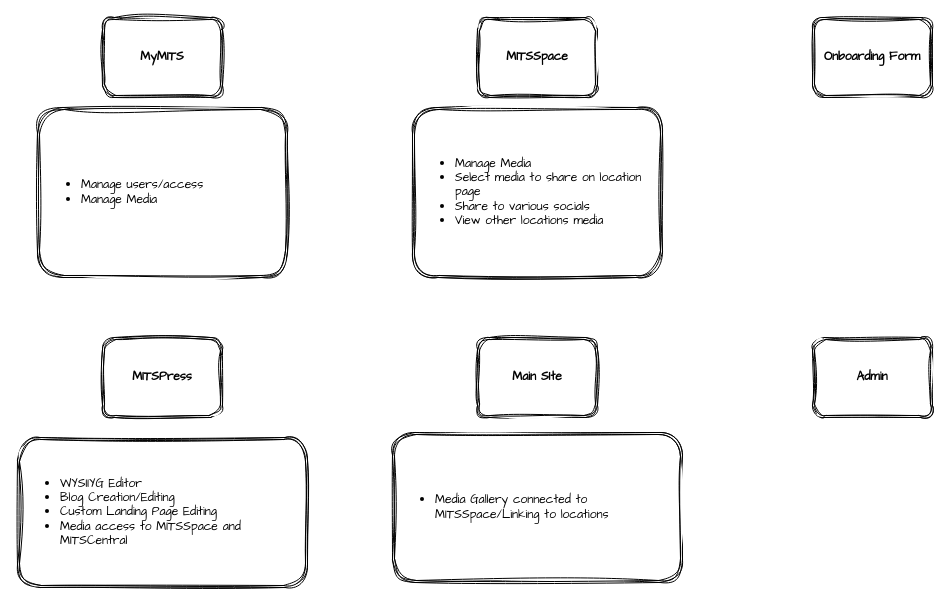
This is page "Service Overview" (3 of 5) of MTIS Infrastructure V1.drawio from kevin-mits/mits-plans, a draw.io file, before an edit. Source tidied: cells renumbered, new cells numbered last; positions are measured from the earlier drawing's top-left corner, leaving out a move shared by most shapes. Both pictures are drawn from the tidied source at 100%, with x=0, y=0 at pixel (17, 17).
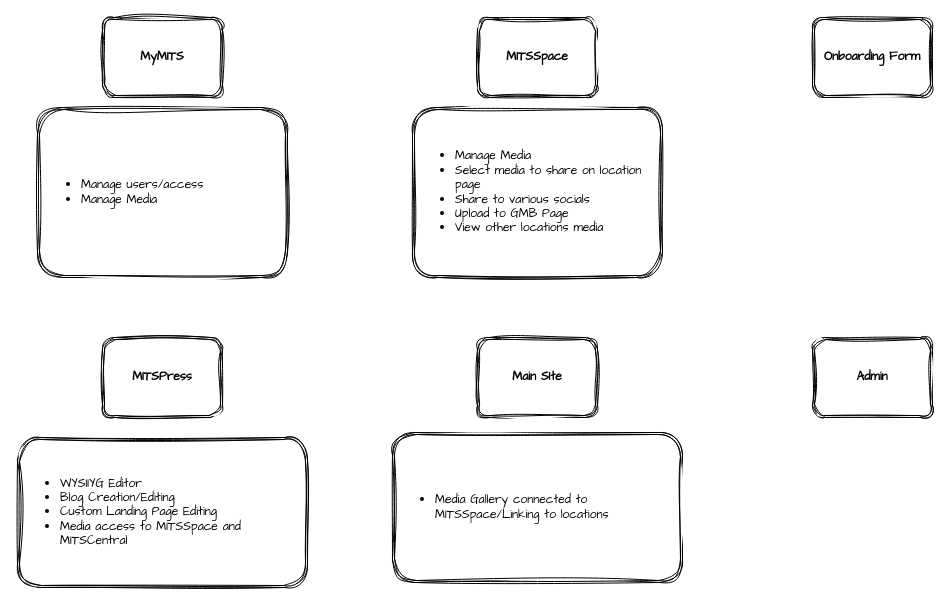
The same page after the edit.

Change to the diagram source:
```diff
@@
 <mxGraphModel>
   <root>
     <mxCell id="0" />
     <mxCell id="1" parent="0" />
     <mxCell id="2" value="&lt;b&gt;MyMITS&lt;/b&gt;" style="shape=ext;double=1;rounded=1;whiteSpace=wrap;html=1;sketch=1;hachureGap=4;jiggle=2;curveFitting=1;strokeColor=default;align=center;verticalAlign=middle;fontFamily=Architects Daughter;fontSize=12;fontColor=default;fillColor=default;" parent="1" vertex="1">
       <mxGeometry x="85" width="120" height="80" as="geometry" />
     </mxCell>
     <mxCell id="3" value="&lt;b&gt;MITSSpace&lt;/b&gt;" style="shape=ext;double=1;rounded=1;whiteSpace=wrap;html=1;sketch=1;hachureGap=4;jiggle=2;curveFitting=1;strokeColor=default;align=center;verticalAlign=middle;fontFamily=Architects Daughter;fontSize=12;fontColor=default;fillColor=default;" parent="1" vertex="1">
       <mxGeometry x="460" width="120" height="80" as="geometry" />
     </mxCell>
     <mxCell id="4" value="&lt;b&gt;Onboarding Form&lt;/b&gt;" style="shape=ext;double=1;rounded=1;whiteSpace=wrap;html=1;sketch=1;hachureGap=4;jiggle=2;curveFitting=1;strokeColor=default;align=center;verticalAlign=middle;fontFamily=Architects Daughter;fontSize=12;fontColor=default;fillColor=default;" parent="1" vertex="1">
       <mxGeometry x="795" width="120" height="80" as="geometry" />
     </mxCell>
-    <mxCell id="5" value="&lt;ul&gt;&lt;li style=&quot;text-align: left;&quot;&gt;Manage Media&lt;/li&gt;&lt;li style=&quot;text-align: left;&quot;&gt;Select media to share on location page&lt;/li&gt;&lt;li style=&quot;text-align: left;&quot;&gt;Share to various socials&lt;/li&gt;&lt;li style=&quot;text-align: left;&quot;&gt;View other locations media&lt;/li&gt;&lt;/ul&gt;" style="shape=ext;double=1;rounded=1;whiteSpace=wrap;html=1;sketch=1;hachureGap=4;jiggle=2;curveFitting=1;strokeColor=default;align=center;verticalAlign=middle;fontFamily=Architects Daughter;fontSize=12;fontColor=default;fillColor=default;" parent="1" vertex="1">
+    <mxCell id="5" value="&lt;ul&gt;&lt;li style=&quot;text-align: left;&quot;&gt;Manage Media&lt;/li&gt;&lt;li style=&quot;text-align: left;&quot;&gt;Select media to share on location page&lt;/li&gt;&lt;li style=&quot;text-align: left;&quot;&gt;Share to various socials&lt;/li&gt;&lt;li style=&quot;text-align: left;&quot;&gt;Upload to GMB Page&lt;/li&gt;&lt;li style=&quot;text-align: left;&quot;&gt;View other locations media&lt;/li&gt;&lt;/ul&gt;" style="shape=ext;double=1;rounded=1;whiteSpace=wrap;html=1;sketch=1;hachureGap=4;jiggle=2;curveFitting=1;strokeColor=default;align=center;verticalAlign=middle;fontFamily=Architects Daughter;fontSize=12;fontColor=default;fillColor=default;" parent="1" vertex="1">
       <mxGeometry x="395" y="90" width="250" height="170" as="geometry" />
     </mxCell>
     <mxCell id="6" value="&lt;ul&gt;&lt;li style=&quot;&quot;&gt;Manage users/access&lt;/li&gt;&lt;li style=&quot;&quot;&gt;Manage Media&lt;/li&gt;&lt;/ul&gt;" style="shape=ext;double=1;rounded=1;whiteSpace=wrap;html=1;sketch=1;hachureGap=4;jiggle=2;curveFitting=1;strokeColor=default;align=left;verticalAlign=middle;fontFamily=Architects Daughter;fontSize=12;fontColor=default;fillColor=default;" parent="1" vertex="1">
       <mxGeometry x="20" y="90" width="250" height="170" as="geometry" />
     </mxCell>
     <mxCell id="7" value="&lt;b&gt;MITSPress&lt;/b&gt;" style="shape=ext;double=1;rounded=1;whiteSpace=wrap;html=1;sketch=1;hachureGap=4;jiggle=2;curveFitting=1;strokeColor=default;align=center;verticalAlign=middle;fontFamily=Architects Daughter;fontSize=12;fontColor=default;fillColor=default;" parent="1" vertex="1">
       <mxGeometry x="85" y="320" width="120" height="80" as="geometry" />
     </mxCell>
     <mxCell id="8" value="&lt;ul&gt;&lt;li style=&quot;text-align: left;&quot;&gt;WYSIIYG Editor&lt;/li&gt;&lt;li style=&quot;text-align: left;&quot;&gt;Blog Creation/Editing&lt;/li&gt;&lt;li style=&quot;text-align: left;&quot;&gt;Custom Landing Page Editing&lt;/li&gt;&lt;li style=&quot;text-align: left;&quot;&gt;Media access to MITSSpace and MITSCentral&lt;/li&gt;&lt;/ul&gt;" style="shape=ext;double=1;rounded=1;whiteSpace=wrap;html=1;sketch=1;hachureGap=4;jiggle=2;curveFitting=1;strokeColor=default;align=center;verticalAlign=middle;fontFamily=Architects Daughter;fontSize=12;fontColor=default;fillColor=default;" parent="1" vertex="1">
       <mxGeometry y="420" width="290" height="150" as="geometry" />
     </mxCell>
     <mxCell id="9" value="&lt;b&gt;Main SIte&lt;/b&gt;" style="shape=ext;double=1;rounded=1;whiteSpace=wrap;html=1;sketch=1;hachureGap=4;jiggle=2;curveFitting=1;strokeColor=default;align=center;verticalAlign=middle;fontFamily=Architects Daughter;fontSize=12;fontColor=default;fillColor=default;" parent="1" vertex="1">
       <mxGeometry x="460" y="320" width="120" height="80" as="geometry" />
     </mxCell>
     <mxCell id="10" value="&lt;ul&gt;&lt;li style=&quot;text-align: left;&quot;&gt;Media Gallery connected to MITSSpace/Linking to locations&lt;/li&gt;&lt;/ul&gt;" style="shape=ext;double=1;rounded=1;whiteSpace=wrap;html=1;sketch=1;hachureGap=4;jiggle=2;curveFitting=1;strokeColor=default;align=center;verticalAlign=middle;fontFamily=Architects Daughter;fontSize=12;fontColor=default;fillColor=default;" parent="1" vertex="1">
       <mxGeometry x="375" y="415" width="290" height="150" as="geometry" />
     </mxCell>
     <mxCell id="11" value="&lt;b&gt;Admin&lt;/b&gt;" style="shape=ext;double=1;rounded=1;whiteSpace=wrap;html=1;sketch=1;hachureGap=4;jiggle=2;curveFitting=1;strokeColor=default;align=center;verticalAlign=middle;fontFamily=Architects Daughter;fontSize=12;fontColor=default;fillColor=default;" parent="1" vertex="1">
       <mxGeometry x="795" y="320" width="120" height="80" as="geometry" />
     </mxCell>
   </root>
 </mxGraphModel>
```
